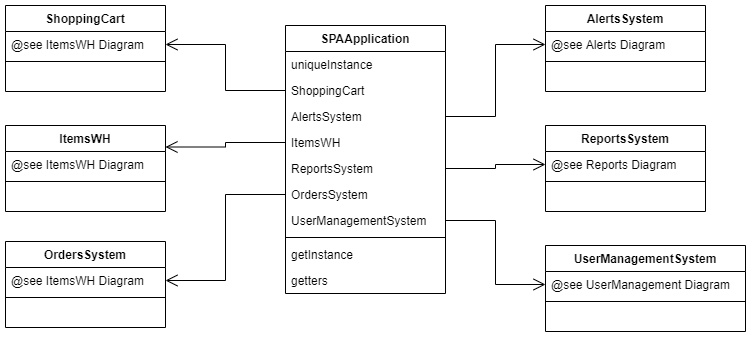
Above: System Modeling/Class Diagram/SPAApplication.png in haimadrian/SE-Java-Project (draw.io), before the change. Source tidied: cells renumbered, new cells last; positions are measured from the earlier drawing's top-left corner, leaving out a move shared by most shapes.
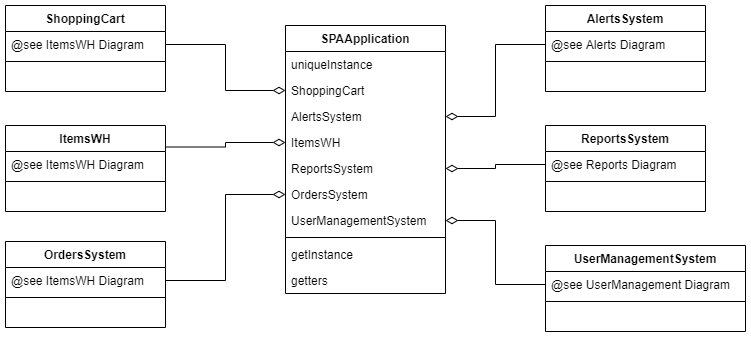
The same file after the commit.

Diff of the diagram source:
```diff
@@ -35,7 +35,7 @@
     <mxCell id="12" value="getters" style="text;strokeColor=none;fillColor=none;align=left;verticalAlign=top;spacingLeft=4;spacingRight=4;overflow=hidden;" parent="2" vertex="1">
       <mxGeometry y="242" width="160" height="26" as="geometry" />
     </mxCell>
-    <mxCell id="13" style="edgeStyle=orthogonalEdgeStyle;rounded=0;jettySize=auto;html=1;entryX=1;entryY=0.5;entryDx=0;entryDy=0;startSize=10;endArrow=open;endFill=0;endSize=10;" parent="1" edge="1" source="4" target="23">
+    <mxCell id="13" style="edgeStyle=orthogonalEdgeStyle;rounded=0;jettySize=auto;html=1;entryX=1;entryY=0.5;entryDx=0;entryDy=0;startSize=10;endArrow=none;endFill=0;endSize=10;startArrow=diamondThin;startFill=0;" parent="1" edge="1" source="4" target="23">
       <mxGeometry relative="1" as="geometry" />
     </mxCell>
     <mxCell id="14" value="ItemsWH" style="swimlane;fontStyle=1;align=center;verticalAlign=top;horizontal=1;startSize=26;" parent="1" vertex="1">
@@ -110,19 +110,19 @@
     <mxCell id="37" value=" " style="text;strokeColor=none;fillColor=none;align=left;verticalAlign=top;spacingLeft=4;spacingRight=4;overflow=hidden;" parent="34" vertex="1">
       <mxGeometry y="60" width="200" height="26" as="geometry" />
     </mxCell>
-    <mxCell id="38" style="edgeStyle=orthogonalEdgeStyle;rounded=0;jettySize=auto;html=1;entryX=0;entryY=0.5;entryDx=0;entryDy=0;endArrow=open;endFill=0;endSize=10;" parent="1" edge="1" source="5" target="27">
+    <mxCell id="38" style="edgeStyle=orthogonalEdgeStyle;rounded=0;jettySize=auto;html=1;entryX=0;entryY=0.5;entryDx=0;entryDy=0;endArrow=none;endFill=0;endSize=10;startSize=10;startArrow=diamondThin;startFill=0;" parent="1" edge="1" source="5" target="27">
       <mxGeometry relative="1" as="geometry" />
     </mxCell>
-    <mxCell id="39" style="edgeStyle=orthogonalEdgeStyle;rounded=0;jettySize=auto;html=1;entryX=1;entryY=0.25;entryDx=0;entryDy=0;endArrow=open;endFill=0;endSize=10;" parent="1" edge="1" source="6" target="14">
+    <mxCell id="39" style="edgeStyle=orthogonalEdgeStyle;rounded=0;jettySize=auto;html=1;entryX=1;entryY=0.25;entryDx=0;entryDy=0;endArrow=none;endFill=0;endSize=10;startArrow=diamondThin;startFill=0;startSize=10;" parent="1" edge="1" source="6" target="14">
       <mxGeometry relative="1" as="geometry" />
     </mxCell>
-    <mxCell id="40" style="edgeStyle=orthogonalEdgeStyle;rounded=0;jettySize=auto;html=1;entryX=1;entryY=0.5;entryDx=0;entryDy=0;endArrow=open;endFill=0;endSize=10;" parent="1" edge="1" source="8" target="19">
+    <mxCell id="40" style="edgeStyle=orthogonalEdgeStyle;rounded=0;jettySize=auto;html=1;entryX=1;entryY=0.5;entryDx=0;entryDy=0;endArrow=none;endFill=0;endSize=10;startSize=10;startArrow=diamondThin;startFill=0;" parent="1" edge="1" source="8" target="19">
       <mxGeometry relative="1" as="geometry" />
     </mxCell>
-    <mxCell id="41" style="edgeStyle=orthogonalEdgeStyle;rounded=0;jettySize=auto;html=1;entryX=0;entryY=0.5;entryDx=0;entryDy=0;endArrow=open;endFill=0;endSize=10;" parent="1" edge="1" source="7" target="31">
+    <mxCell id="41" style="edgeStyle=orthogonalEdgeStyle;rounded=0;jettySize=auto;html=1;entryX=0;entryY=0.5;entryDx=0;entryDy=0;endArrow=none;endFill=0;endSize=10;startSize=10;startArrow=diamondThin;startFill=0;" parent="1" edge="1" source="7" target="31">
       <mxGeometry relative="1" as="geometry" />
     </mxCell>
-    <mxCell id="42" style="edgeStyle=orthogonalEdgeStyle;rounded=0;jettySize=auto;html=1;entryX=0;entryY=0.5;entryDx=0;entryDy=0;endArrow=open;endFill=0;endSize=10;" parent="1" edge="1" source="9" target="35">
+    <mxCell id="42" style="edgeStyle=orthogonalEdgeStyle;rounded=0;jettySize=auto;html=1;entryX=0;entryY=0.5;entryDx=0;entryDy=0;endArrow=none;endFill=0;endSize=10;startSize=10;startArrow=diamondThin;startFill=0;" parent="1" edge="1" source="9" target="35">
       <mxGeometry relative="1" as="geometry" />
     </mxCell>
   </root>
```
